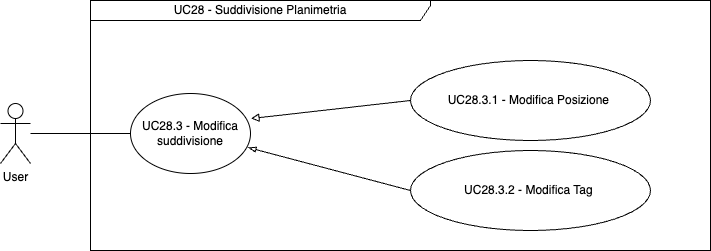
This is Documentazione/RTB/Esterna/analisi_dei_requisiti/UC_diagrams_21-27/UC28.3.drawio.png from Avant-Garde-Software-Engineering/Documents, a draw.io export, as it was before one commit. Source tidied: cells renumbered, new cells last; positions are measured from the earlier drawing's top-left corner, leaving out a move shared by most shapes. Its diagram source:
```xml
<mxGraphModel>
  <root>
    <mxCell id="0" />
    <mxCell id="1" parent="0" />
    <mxCell id="2" value="UC28 - Suddivisione Planimetria" style="shape=umlFrame;whiteSpace=wrap;html=1;width=340;height=20;" parent="1" vertex="1">
      <mxGeometry x="90" width="620" height="250" as="geometry" />
    </mxCell>
    <mxCell id="3" value="User" style="shape=umlActor;verticalLabelPosition=bottom;verticalAlign=top;html=1;" parent="1" vertex="1">
      <mxGeometry y="103" width="30" height="60" as="geometry" />
    </mxCell>
    <mxCell id="4" value="UC28.3.1 - Modifica Posizione&amp;nbsp;" style="ellipse;whiteSpace=wrap;html=1;" parent="1" vertex="1">
      <mxGeometry x="410" y="60" width="240" height="80" as="geometry" />
    </mxCell>
    <mxCell id="5" style="endArrow=none;html=1;rounded=0;entryX=0;entryY=0.5;entryDx=0;entryDy=0;startArrow=block;startFill=0;exitX=1.004;exitY=0.313;exitDx=0;exitDy=0;exitPerimeter=0;" parent="1" edge="1" source="8" target="4">
      <mxGeometry relative="1" as="geometry" />
    </mxCell>
    <mxCell id="6" style="endArrow=none;html=1;rounded=0;exitX=0.979;exitY=0.675;exitDx=0;exitDy=0;entryX=0;entryY=0.5;entryDx=0;entryDy=0;startArrow=blockThin;startFill=0;exitPerimeter=0;" parent="1" edge="1" source="8" target="7">
      <mxGeometry relative="1" as="geometry" />
    </mxCell>
    <mxCell id="7" value="UC28.3.2 - Modifica Tag&amp;nbsp;" style="ellipse;whiteSpace=wrap;html=1;" parent="1" vertex="1">
      <mxGeometry x="410" y="150" width="240" height="80" as="geometry" />
    </mxCell>
    <mxCell id="8" value="UC28.3 - Modifica suddivisione" style="ellipse;whiteSpace=wrap;html=1;" parent="1" vertex="1">
      <mxGeometry x="130" y="93" width="120" height="80" as="geometry" />
    </mxCell>
    <mxCell id="9" style="endArrow=none;html=1;rounded=0;entryX=0;entryY=0.5;entryDx=0;entryDy=0;" parent="1" edge="1" source="3" target="8">
      <mxGeometry relative="1" as="geometry" />
    </mxCell>
  </root>
</mxGraphModel>
```
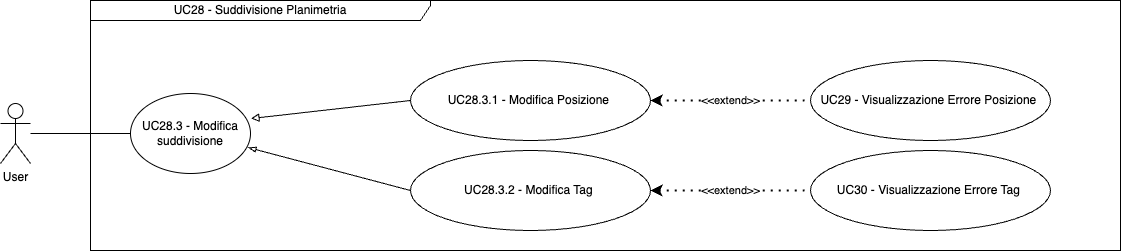
After the change.

What changed in the source:
```diff
@@ -3,7 +3,7 @@
     <mxCell id="0" />
     <mxCell id="1" parent="0" />
     <mxCell id="2" value="UC28 - Suddivisione Planimetria" style="shape=umlFrame;whiteSpace=wrap;html=1;width=340;height=20;" parent="1" vertex="1">
-      <mxGeometry x="90" width="620" height="250" as="geometry" />
+      <mxGeometry x="90" width="1030" height="250" as="geometry" />
     </mxCell>
     <mxCell id="3" value="User" style="shape=umlActor;verticalLabelPosition=bottom;verticalAlign=top;html=1;" parent="1" vertex="1">
       <mxGeometry y="103" width="30" height="60" as="geometry" />
@@ -26,5 +26,19 @@
     <mxCell id="9" style="endArrow=none;html=1;rounded=0;entryX=0;entryY=0.5;entryDx=0;entryDy=0;" parent="1" edge="1" source="3" target="8">
       <mxGeometry relative="1" as="geometry" />
     </mxCell>
+    <mxCell id="10" value="UC29 - Visualizzazione Errore Posizione&amp;nbsp;" style="ellipse;whiteSpace=wrap;html=1;" parent="1" vertex="1">
+      <mxGeometry x="810" y="60" width="240" height="80" as="geometry" />
+    </mxCell>
+    <mxCell id="11" value="&amp;lt;&amp;lt;extend&amp;gt;&amp;gt;" style="endArrow=none;dashed=1;html=1;dashPattern=1 3;strokeWidth=2;rounded=0;entryX=0;entryY=0.5;entryDx=0;entryDy=0;exitX=1;exitY=0.5;exitDx=0;exitDy=0;startArrow=classic;startFill=1;" parent="1" edge="1" source="4" target="10">
+      <mxGeometry relative="1" as="geometry" />
+    </mxCell>
+    <mxCell id="12" value="UC30 - Visualizzazione Errore Tag&amp;nbsp;" style="ellipse;whiteSpace=wrap;html=1;" parent="1" vertex="1">
+      <mxGeometry x="810" y="150" width="240" height="80" as="geometry" />
+    </mxCell>
+    <mxCell id="13" value="&amp;lt;&amp;lt;extend&amp;gt;&amp;gt;" style="endArrow=none;dashed=1;html=1;dashPattern=1 3;strokeWidth=2;rounded=0;entryX=0;entryY=0.5;entryDx=0;entryDy=0;exitX=1;exitY=0.5;exitDx=0;exitDy=0;startArrow=classic;startFill=1;" parent="1" edge="1" target="12">
+      <mxGeometry relative="1" as="geometry">
+        <mxPoint x="650" y="190" as="sourcePoint" />
+      </mxGeometry>
+    </mxCell>
   </root>
 </mxGraphModel>
```
